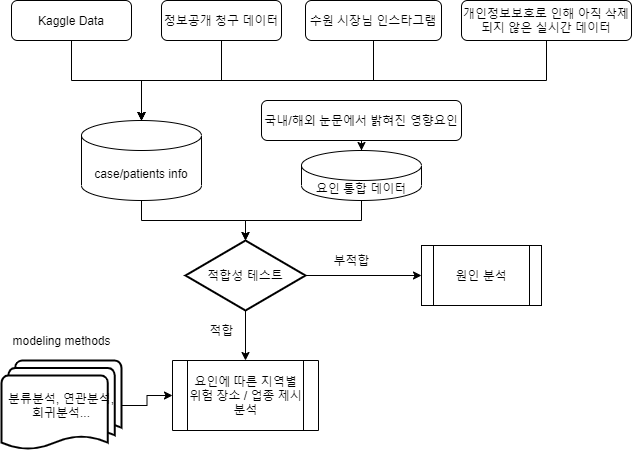
Before: Corona_infection.png, a diagram exported from draw.io (jinwooahnKHU/Creative_project_2020). Source tidied: cells renumbered, new cells last; positions are measured from the earlier drawing's top-left corner, leaving out a move shared by most shapes.
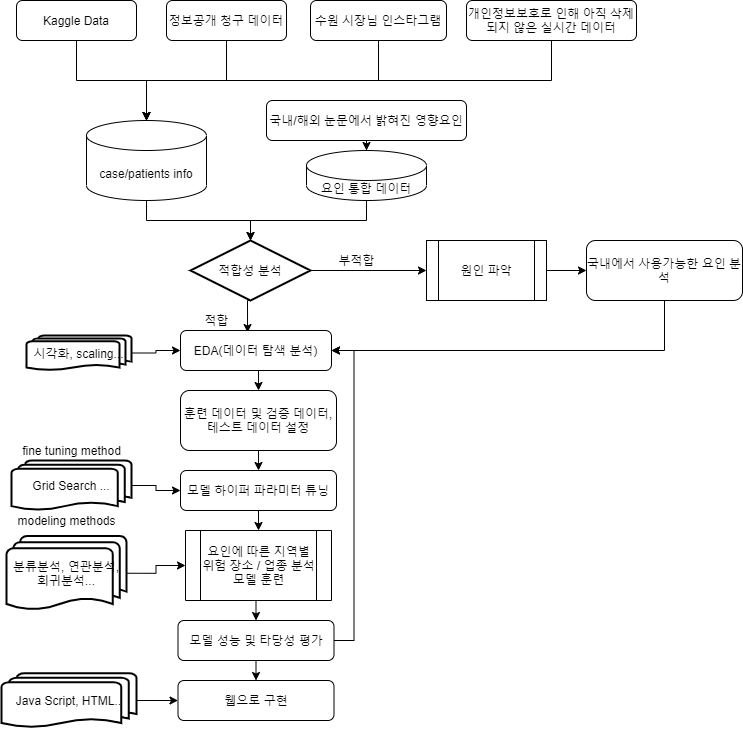
After the change.

Change to the diagram source:
```diff
@@ -49,32 +49,95 @@
     <mxCell id="16" style="edgeStyle=orthogonalEdgeStyle;rounded=0;jettySize=auto;html=1;exitX=1;exitY=0.5;exitDx=0;exitDy=0;exitPerimeter=0;entryX=0;entryY=0.5;entryDx=0;entryDy=0;" parent="1" edge="1" source="18" target="19">
       <mxGeometry relative="1" as="geometry" />
     </mxCell>
-    <mxCell id="17" style="edgeStyle=orthogonalEdgeStyle;rounded=0;jettySize=auto;html=1;exitX=0.5;exitY=1;exitDx=0;exitDy=0;exitPerimeter=0;" parent="1" edge="1" source="18" target="21">
-      <mxGeometry relative="1" as="geometry" />
-    </mxCell>
+    <mxCell id="26" style="edgeStyle=orthogonalEdgeStyle;rounded=0;jettySize=auto;html=1;exitX=0.5;exitY=1;exitDx=0;exitDy=0;exitPerimeter=0;entryX=0.444;entryY=0.05;entryDx=0;entryDy=0;entryPerimeter=0;" parent="1" edge="1" source="18" target="32">
+      <mxGeometry relative="1" as="geometry" />
+    </mxCell>
-    <mxCell id="18" value="적합성 테스트" style="strokeWidth=2;html=1;shape=mxgraph.flowchart.decision;whiteSpace=wrap;" parent="1" vertex="1">
-      <mxGeometry x="184" y="240" width="120" height="70" as="geometry" />
+    <mxCell id="18" value="적합성 분석" style="strokeWidth=2;html=1;shape=mxgraph.flowchart.decision;whiteSpace=wrap;" parent="1" vertex="1">
+      <mxGeometry x="184" y="240" width="120" height="60" as="geometry" />
     </mxCell>
+    <mxCell id="27" style="edgeStyle=orthogonalEdgeStyle;rounded=0;jettySize=auto;html=1;exitX=1;exitY=0.5;exitDx=0;exitDy=0;entryX=0;entryY=0.5;entryDx=0;entryDy=0;" parent="1" edge="1" source="19" target="47">
+      <mxGeometry relative="1" as="geometry" />
+    </mxCell>
-    <mxCell id="19" value="원인 분석" style="shape=process;whiteSpace=wrap;html=1;backgroundOutline=1;" parent="1" vertex="1">
-      <mxGeometry x="420" y="245" width="120" height="60" as="geometry" />
+    <mxCell id="19" value="원인 파악" style="shape=process;whiteSpace=wrap;html=1;backgroundOutline=1;" parent="1" vertex="1">
+      <mxGeometry x="420" y="240" width="120" height="60" as="geometry" />
     </mxCell>
     <mxCell id="20" value="부적합" style="text;html=1;align=center;verticalAlign=middle;" parent="1" vertex="1">
       <mxGeometry x="325" y="250" width="50" height="20" as="geometry" />
     </mxCell>
+    <mxCell id="28" style="edgeStyle=orthogonalEdgeStyle;rounded=0;jettySize=auto;html=1;exitX=0.5;exitY=0;exitDx=0;exitDy=0;entryX=0.5;entryY=0;entryDx=0;entryDy=0;" parent="1" edge="1" source="21" target="42">
+      <mxGeometry relative="1" as="geometry" />
+    </mxCell>
-    <mxCell id="21" value="요인에 따른 지역별 위험 장소 / 업종 제시 분석" style="shape=process;whiteSpace=wrap;html=1;backgroundOutline=1;direction=west;" parent="1" vertex="1">
-      <mxGeometry x="171" y="360" width="146" height="70" as="geometry" />
+    <mxCell id="21" value="요인에 따른 지역별 위험 장소 / 업종 분석 모델 훈련" style="shape=process;whiteSpace=wrap;html=1;backgroundOutline=1;direction=west;" parent="1" vertex="1">
+      <mxGeometry x="179" y="530" width="146" height="70" as="geometry" />
     </mxCell>
     <mxCell id="22" value="적합" style="text;html=1;align=center;verticalAlign=middle;" parent="1" vertex="1">
-      <mxGeometry x="200" y="320" width="40" height="20" as="geometry" />
+      <mxGeometry x="190" y="310" width="40" height="20" as="geometry" />
     </mxCell>
     <mxCell id="23" style="edgeStyle=orthogonalEdgeStyle;rounded=0;jettySize=auto;html=1;exitX=1;exitY=0.5;exitDx=0;exitDy=0;exitPerimeter=0;entryX=1;entryY=0.5;entryDx=0;entryDy=0;" parent="1" edge="1" source="24" target="21">
       <mxGeometry relative="1" as="geometry" />
     </mxCell>
     <mxCell id="24" value="분류분석, 연관분석,&lt;br&gt;회귀분석..." style="strokeWidth=2;html=1;shape=mxgraph.flowchart.multi-document;whiteSpace=wrap;" parent="1" vertex="1">
-      <mxGeometry y="360" width="120" height="90" as="geometry" />
+      <mxGeometry y="535.5" width="120" height="74.5" as="geometry" />
     </mxCell>
     <mxCell id="25" value="modeling methods" style="text;html=1;align=center;verticalAlign=middle;" parent="1" vertex="1">
-      <mxGeometry x="5" y="330" width="110" height="20" as="geometry" />
+      <mxGeometry x="5" y="510" width="110" height="20" as="geometry" />
     </mxCell>
+    <mxCell id="29" style="edgeStyle=orthogonalEdgeStyle;rounded=0;jettySize=auto;html=1;exitX=0.5;exitY=1;exitDx=0;exitDy=0;entryX=0.5;entryY=0;entryDx=0;entryDy=0;" parent="1" edge="1" source="30" target="34">
+      <mxGeometry relative="1" as="geometry" />
+    </mxCell>
+    <mxCell id="30" value="훈련 데이터 및 검증 데이터, 테스트 데이터 설정" style="rounded=1;whiteSpace=wrap;html=1;" parent="1" vertex="1">
+      <mxGeometry x="174" y="390" width="156" height="60" as="geometry" />
+    </mxCell>
+    <mxCell id="31" style="edgeStyle=orthogonalEdgeStyle;rounded=0;jettySize=auto;html=1;exitX=0.5;exitY=1;exitDx=0;exitDy=0;entryX=0.5;entryY=0;entryDx=0;entryDy=0;" parent="1" edge="1" source="32" target="30">
+      <mxGeometry relative="1" as="geometry" />
+    </mxCell>
+    <mxCell id="32" value="EDA(데이터 탐색 분석)" style="rounded=1;whiteSpace=wrap;html=1;" parent="1" vertex="1">
+      <mxGeometry x="174" y="330" width="151" height="40" as="geometry" />
+    </mxCell>
+    <mxCell id="33" style="edgeStyle=orthogonalEdgeStyle;rounded=0;jettySize=auto;html=1;exitX=0.5;exitY=1;exitDx=0;exitDy=0;entryX=0.5;entryY=1;entryDx=0;entryDy=0;" parent="1" edge="1" source="34" target="21">
+      <mxGeometry relative="1" as="geometry" />
+    </mxCell>
+    <mxCell id="34" value="모델 하이퍼 파라미터 튜닝" style="rounded=1;whiteSpace=wrap;html=1;" parent="1" vertex="1">
+      <mxGeometry x="174" y="470" width="156" height="40" as="geometry" />
+    </mxCell>
+    <mxCell id="35" style="edgeStyle=orthogonalEdgeStyle;rounded=0;jettySize=auto;html=1;exitX=1;exitY=0.5;exitDx=0;exitDy=0;exitPerimeter=0;entryX=0;entryY=0.5;entryDx=0;entryDy=0;" parent="1" edge="1" source="36" target="34">
+      <mxGeometry relative="1" as="geometry" />
+    </mxCell>
+    <mxCell id="36" value="Grid Search ..." style="strokeWidth=2;html=1;shape=mxgraph.flowchart.multi-document;whiteSpace=wrap;" parent="1" vertex="1">
+      <mxGeometry x="5" y="460" width="120" height="50" as="geometry" />
+    </mxCell>
+    <mxCell id="37" value="fine tuning method" style="text;html=1;align=center;verticalAlign=middle;" parent="1" vertex="1">
+      <mxGeometry x="10" y="440" width="110" height="20" as="geometry" />
+    </mxCell>
+    <mxCell id="38" style="edgeStyle=orthogonalEdgeStyle;rounded=0;jettySize=auto;html=1;exitX=1;exitY=0.5;exitDx=0;exitDy=0;exitPerimeter=0;entryX=0;entryY=0.5;entryDx=0;entryDy=0;" parent="1" edge="1" source="39" target="32">
+      <mxGeometry relative="1" as="geometry" />
+    </mxCell>
+    <mxCell id="39" value="시각화, scaling..." style="strokeWidth=2;html=1;shape=mxgraph.flowchart.multi-document;whiteSpace=wrap;" parent="1" vertex="1">
+      <mxGeometry x="20" y="335" width="105" height="35" as="geometry" />
+    </mxCell>
+    <mxCell id="40" style="edgeStyle=orthogonalEdgeStyle;rounded=0;jettySize=auto;html=1;exitX=1;exitY=0.5;exitDx=0;exitDy=0;entryX=1;entryY=0.5;entryDx=0;entryDy=0;" parent="1" edge="1" source="42" target="32">
+      <mxGeometry relative="1" as="geometry" />
+    </mxCell>
+    <mxCell id="41" style="edgeStyle=orthogonalEdgeStyle;rounded=0;jettySize=auto;html=1;exitX=0.5;exitY=1;exitDx=0;exitDy=0;entryX=0.5;entryY=0;entryDx=0;entryDy=0;" parent="1" edge="1" source="42" target="43">
+      <mxGeometry relative="1" as="geometry" />
+    </mxCell>
+    <mxCell id="42" value="모델 성능 및 타당성 평가" style="rounded=1;whiteSpace=wrap;html=1;" parent="1" vertex="1">
+      <mxGeometry x="171.5" y="620" width="156" height="40" as="geometry" />
+    </mxCell>
+    <mxCell id="43" value="웹으로 구현" style="rounded=1;whiteSpace=wrap;html=1;" parent="1" vertex="1">
+      <mxGeometry x="171.5" y="680" width="156" height="40" as="geometry" />
+    </mxCell>
+    <mxCell id="44" style="edgeStyle=orthogonalEdgeStyle;rounded=0;jettySize=auto;html=1;exitX=1;exitY=0.5;exitDx=0;exitDy=0;exitPerimeter=0;entryX=0;entryY=0.5;entryDx=0;entryDy=0;" parent="1" edge="1" source="45" target="43">
+      <mxGeometry relative="1" as="geometry" />
+    </mxCell>
+    <mxCell id="45" value="Java Script, HTML.." style="strokeWidth=2;html=1;shape=mxgraph.flowchart.multi-document;whiteSpace=wrap;" parent="1" vertex="1">
+      <mxGeometry x="-5" y="672.8" width="135" height="54.5" as="geometry" />
+    </mxCell>
+    <mxCell id="46" style="edgeStyle=orthogonalEdgeStyle;rounded=0;jettySize=auto;html=1;exitX=0.5;exitY=1;exitDx=0;exitDy=0;entryX=1;entryY=0.5;entryDx=0;entryDy=0;" parent="1" edge="1" source="47" target="32">
+      <mxGeometry relative="1" as="geometry" />
+    </mxCell>
+    <mxCell id="47" value="국내에서 사용가능한 요인 분석" style="rounded=1;whiteSpace=wrap;html=1;" parent="1" vertex="1">
+      <mxGeometry x="580" y="240" width="156" height="60" as="geometry" />
+    </mxCell>
   </root>
 </mxGraphModel>
```
